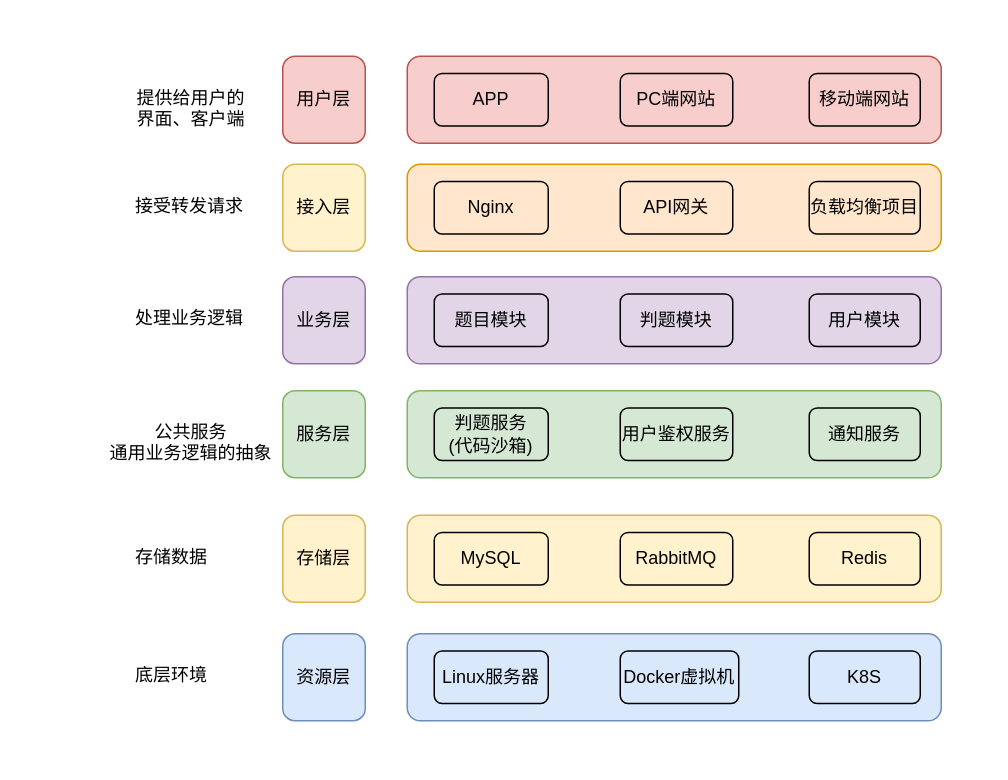
Earlier version of the draw.io diagram drawio/1.drawio (legend699/Image). Source tidied: cells renumbered, new cells numbered last; positions are measured from the earlier drawing's top-left corner, leaving out a move shared by most shapes. Both pictures are drawn from the tidied source at 150%, with x=0, y=0 at pixel (99, 56).
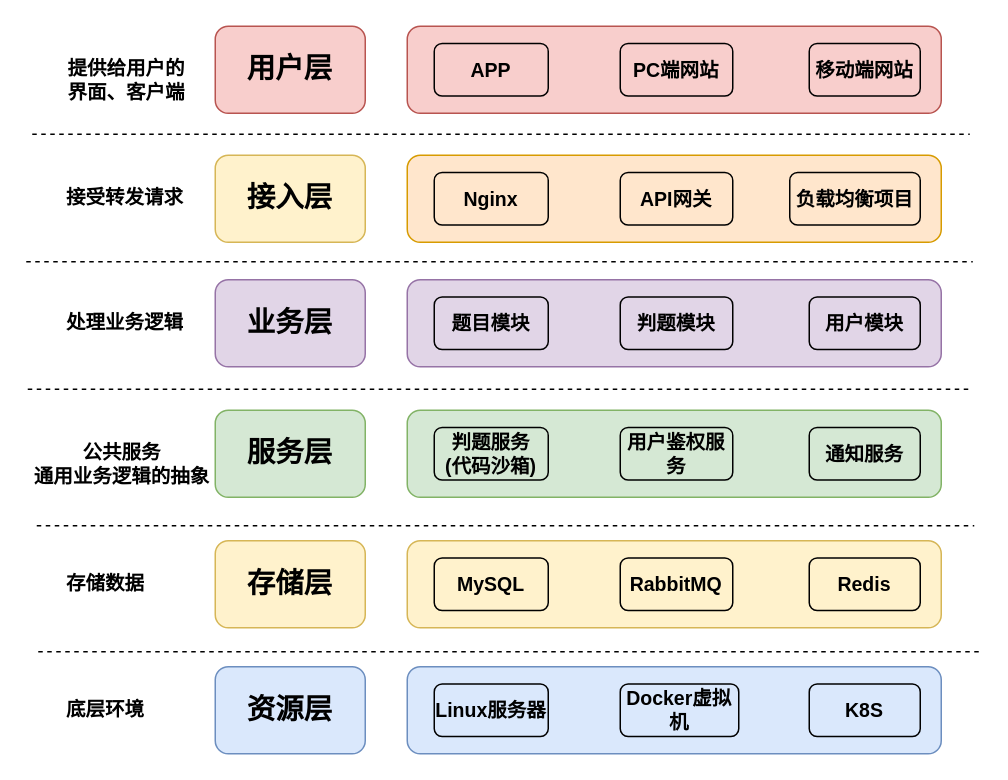
The same page after the edit.

What changed in the source:
```diff
@@
-    <mxCell id="2" value="用户层" style="rounded=1;whiteSpace=wrap;html=1;fillColor=#f8cecc;strokeColor=#b85450;" parent="1" vertex="1">
-      <mxGeometry x="122" width="55" height="58" as="geometry" />
+    <mxCell id="2" value="用户层" style="rounded=1;whiteSpace=wrap;html=1;fillColor=#f8cecc;strokeColor=#b85450;fontSize=19;fontStyle=1;" parent="1" vertex="1">
+      <mxGeometry x="77" y="-20" width="100" height="58" as="geometry" />
     </mxCell>
-    <mxCell id="3" style="rounded=1;whiteSpace=wrap;html=1;fillColor=#f8cecc;strokeColor=#b85450;" parent="1" vertex="1">
-      <mxGeometry x="205" width="356" height="58" as="geometry" />
+    <mxCell id="3" style="rounded=1;whiteSpace=wrap;html=1;fillColor=#f8cecc;strokeColor=#b85450;fontSize=13;fontStyle=1;" parent="1" vertex="1">
+      <mxGeometry x="205" y="-20" width="356" height="58" as="geometry" />
     </mxCell>
-    <mxCell id="4" value="APP" style="rounded=1;whiteSpace=wrap;html=1;fillColor=none;" parent="1" vertex="1">
-      <mxGeometry x="223" y="11.5" width="76" height="35" as="geometry" />
+    <mxCell id="4" value="APP" style="rounded=1;whiteSpace=wrap;html=1;fillColor=none;fontSize=13;fontStyle=1;" parent="1" vertex="1">
+      <mxGeometry x="223" y="-8.5" width="76" height="35" as="geometry" />
     </mxCell>
-    <mxCell id="5" value="PC端网站" style="rounded=1;whiteSpace=wrap;html=1;fillColor=none;" parent="1" vertex="1">
-      <mxGeometry x="347" y="11.5" width="75" height="35" as="geometry" />
+    <mxCell id="5" value="PC端网站" style="rounded=1;whiteSpace=wrap;html=1;fillColor=none;fontSize=13;fontStyle=1;" parent="1" vertex="1">
+      <mxGeometry x="347" y="-8.5" width="75" height="35" as="geometry" />
     </mxCell>
-    <mxCell id="6" value="移动端网站" style="rounded=1;whiteSpace=wrap;html=1;fillColor=none;" parent="1" vertex="1">
-      <mxGeometry x="473" y="11.5" width="74" height="35" as="geometry" />
+    <mxCell id="6" value="移动端网站" style="rounded=1;whiteSpace=wrap;html=1;fillColor=none;fontSize=13;fontStyle=1;" parent="1" vertex="1">
+      <mxGeometry x="473" y="-8.5" width="74" height="35" as="geometry" />
     </mxCell>
-    <mxCell id="7" value="提供给用户的&#10;界面、客户端&#10;" style="text;whiteSpace=wrap;" parent="1" vertex="1">
-      <mxGeometry x="23" y="14" width="100" height="36" as="geometry" />
+    <mxCell id="7" value="提供给用户的&#10;界面、客户端&#10;" style="text;whiteSpace=wrap;fontSize=13;fontStyle=1;" parent="1" vertex="1">
+      <mxGeometry x="-23" y="-6" width="100" height="36" as="geometry" />
     </mxCell>
-    <mxCell id="8" value="接入层" style="rounded=1;whiteSpace=wrap;html=1;fillColor=#fff2cc;strokeColor=#d6b656;" parent="1" vertex="1">
-      <mxGeometry x="122" y="72" width="55" height="58" as="geometry" />
+    <mxCell id="8" value="接入层" style="rounded=1;whiteSpace=wrap;html=1;fillColor=#fff2cc;strokeColor=#d6b656;fontSize=19;fontStyle=1;" parent="1" vertex="1">
+      <mxGeometry x="77" y="66" width="100" height="58" as="geometry" />
     </mxCell>
-    <mxCell id="9" style="rounded=1;whiteSpace=wrap;html=1;fillColor=#ffe6cc;strokeColor=#d79b00;" parent="1" vertex="1">
-      <mxGeometry x="205" y="72" width="356" height="58" as="geometry" />
+    <mxCell id="9" style="rounded=1;whiteSpace=wrap;html=1;fillColor=#ffe6cc;strokeColor=#d79b00;fontSize=13;fontStyle=1;" parent="1" vertex="1">
+      <mxGeometry x="205" y="66" width="356" height="58" as="geometry" />
     </mxCell>
-    <mxCell id="10" value="Nginx" style="rounded=1;whiteSpace=wrap;html=1;fillColor=none;" parent="1" vertex="1">
-      <mxGeometry x="223" y="83.5" width="76" height="35" as="geometry" />
+    <mxCell id="10" value="Nginx" style="rounded=1;whiteSpace=wrap;html=1;fillColor=none;fontSize=13;fontStyle=1;" parent="1" vertex="1">
+      <mxGeometry x="223" y="77.5" width="76" height="35" as="geometry" />
     </mxCell>
-    <mxCell id="11" value="API网关" style="rounded=1;whiteSpace=wrap;html=1;fillColor=none;" parent="1" vertex="1">
-      <mxGeometry x="347" y="83.5" width="75" height="35" as="geometry" />
+    <mxCell id="11" value="API网关" style="rounded=1;whiteSpace=wrap;html=1;fillColor=none;fontSize=13;fontStyle=1;" parent="1" vertex="1">
+      <mxGeometry x="347" y="77.5" width="75" height="35" as="geometry" />
     </mxCell>
-    <mxCell id="12" value="负载均衡项目" style="rounded=1;whiteSpace=wrap;html=1;fillColor=none;" parent="1" vertex="1">
-      <mxGeometry x="473" y="83.5" width="74" height="35" as="geometry" />
+    <mxCell id="12" value="负载均衡项目" style="rounded=1;whiteSpace=wrap;html=1;fillColor=none;fontSize=13;fontStyle=1;" parent="1" vertex="1">
+      <mxGeometry x="460" y="77.5" width="87" height="35" as="geometry" />
     </mxCell>
-    <mxCell id="13" value="接受转发请求" style="text;whiteSpace=wrap;" parent="1" vertex="1">
-      <mxGeometry x="22" y="86" width="100" height="36" as="geometry" />
+    <mxCell id="13" value="接受转发请求" style="text;whiteSpace=wrap;fontSize=13;fontStyle=1;" parent="1" vertex="1">
+      <mxGeometry x="-24" y="80" width="100" height="36" as="geometry" />
     </mxCell>
-    <mxCell id="14" value="业务层" style="rounded=1;whiteSpace=wrap;html=1;fillColor=#e1d5e7;strokeColor=#9673a6;" parent="1" vertex="1">
-      <mxGeometry x="122" y="147" width="55" height="58" as="geometry" />
+    <mxCell id="14" value="业务层" style="rounded=1;whiteSpace=wrap;html=1;fillColor=#e1d5e7;strokeColor=#9673a6;fontSize=19;fontStyle=1;" parent="1" vertex="1">
+      <mxGeometry x="77" y="149" width="100" height="58" as="geometry" />
     </mxCell>
-    <mxCell id="15" style="rounded=1;whiteSpace=wrap;html=1;fillColor=#e1d5e7;strokeColor=#9673a6;" parent="1" vertex="1">
-      <mxGeometry x="205" y="147" width="356" height="58" as="geometry" />
+    <mxCell id="15" style="rounded=1;whiteSpace=wrap;html=1;fillColor=#e1d5e7;strokeColor=#9673a6;fontSize=13;fontStyle=1;" parent="1" vertex="1">
+      <mxGeometry x="205" y="149" width="356" height="58" as="geometry" />
     </mxCell>
-    <mxCell id="16" value="题目模块" style="rounded=1;whiteSpace=wrap;html=1;fillColor=none;" parent="1" vertex="1">
-      <mxGeometry x="223" y="158.5" width="76" height="35" as="geometry" />
+    <mxCell id="16" value="题目模块" style="rounded=1;whiteSpace=wrap;html=1;fillColor=none;fontSize=13;fontStyle=1;" parent="1" vertex="1">
+      <mxGeometry x="223" y="160.5" width="76" height="35" as="geometry" />
     </mxCell>
-    <mxCell id="17" value="判题模块" style="rounded=1;whiteSpace=wrap;html=1;fillColor=none;" parent="1" vertex="1">
-      <mxGeometry x="347" y="158.5" width="75" height="35" as="geometry" />
+    <mxCell id="17" value="判题模块" style="rounded=1;whiteSpace=wrap;html=1;fillColor=none;fontSize=13;fontStyle=1;" parent="1" vertex="1">
+      <mxGeometry x="347" y="160.5" width="75" height="35" as="geometry" />
     </mxCell>
-    <mxCell id="18" value="用户模块" style="rounded=1;whiteSpace=wrap;html=1;fillColor=none;" parent="1" vertex="1">
-      <mxGeometry x="473" y="158.5" width="74" height="35" as="geometry" />
+    <mxCell id="18" value="用户模块" style="rounded=1;whiteSpace=wrap;html=1;fillColor=none;fontSize=13;fontStyle=1;" parent="1" vertex="1">
+      <mxGeometry x="473" y="160.5" width="74" height="35" as="geometry" />
     </mxCell>
-    <mxCell id="19" value="处理业务逻辑" style="text;whiteSpace=wrap;" parent="1" vertex="1">
-      <mxGeometry x="22" y="161" width="100" height="36" as="geometry" />
+    <mxCell id="19" value="处理业务逻辑" style="text;whiteSpace=wrap;fontSize=13;fontStyle=1;" parent="1" vertex="1">
+      <mxGeometry x="-24" y="163" width="100" height="36" as="geometry" />
     </mxCell>
-    <mxCell id="20" value="服务层" style="rounded=1;whiteSpace=wrap;html=1;fillColor=#d5e8d4;strokeColor=#82b366;" parent="1" vertex="1">
-      <mxGeometry x="122" y="223" width="55" height="58" as="geometry" />
+    <mxCell id="20" value="服务层" style="rounded=1;whiteSpace=wrap;html=1;fillColor=#d5e8d4;strokeColor=#82b366;fontSize=19;fontStyle=1;" parent="1" vertex="1">
+      <mxGeometry x="77" y="236" width="100" height="58" as="geometry" />
     </mxCell>
-    <mxCell id="21" style="rounded=1;whiteSpace=wrap;html=1;fillColor=#d5e8d4;strokeColor=#82b366;" parent="1" vertex="1">
-      <mxGeometry x="205" y="223" width="356" height="58" as="geometry" />
+    <mxCell id="21" style="rounded=1;whiteSpace=wrap;html=1;fillColor=#d5e8d4;strokeColor=#82b366;fontSize=13;fontStyle=1;" parent="1" vertex="1">
+      <mxGeometry x="205" y="236" width="356" height="58" as="geometry" />
     </mxCell>
-    <mxCell id="22" value="判题服务&lt;div&gt;(代码沙箱)&lt;br&gt;&lt;/div&gt;" style="rounded=1;whiteSpace=wrap;html=1;fillColor=none;" parent="1" vertex="1">
-      <mxGeometry x="223" y="234.5" width="76" height="35" as="geometry" />
+    <mxCell id="22" value="判题服务&lt;div style=&quot;font-size: 13px;&quot;&gt;(代码沙箱)&lt;br style=&quot;font-size: 13px;&quot;&gt;&lt;/div&gt;" style="rounded=1;whiteSpace=wrap;html=1;fillColor=none;fontSize=13;fontStyle=1;" parent="1" vertex="1">
+      <mxGeometry x="223" y="247.5" width="76" height="35" as="geometry" />
     </mxCell>
-    <mxCell id="23" value="用户鉴权服务" style="rounded=1;whiteSpace=wrap;html=1;fillColor=none;" parent="1" vertex="1">
-      <mxGeometry x="347" y="234.5" width="75" height="35" as="geometry" />
+    <mxCell id="23" value="用户鉴权服务" style="rounded=1;whiteSpace=wrap;html=1;fillColor=none;fontSize=13;fontStyle=1;" parent="1" vertex="1">
+      <mxGeometry x="347" y="247.5" width="75" height="35" as="geometry" />
     </mxCell>
-    <mxCell id="24" value="通知服务" style="rounded=1;whiteSpace=wrap;html=1;fillColor=none;" parent="1" vertex="1">
-      <mxGeometry x="473" y="234.5" width="74" height="35" as="geometry" />
+    <mxCell id="24" value="通知服务" style="rounded=1;whiteSpace=wrap;html=1;fillColor=none;fontSize=13;fontStyle=1;" parent="1" vertex="1">
+      <mxGeometry x="473" y="247.5" width="74" height="35" as="geometry" />
     </mxCell>
-    <mxCell id="25" value="公共服务&#10;通用业务逻辑的抽象&#10;" style="text;whiteSpace=wrap;align=center;" parent="1" vertex="1">
-      <mxGeometry y="237" width="122" height="36" as="geometry" />
+    <mxCell id="25" value="公共服务&#10;通用业务逻辑的抽象&#10;" style="text;whiteSpace=wrap;align=center;fontSize=13;fontStyle=1;" parent="1" vertex="1">
+      <mxGeometry x="-46" y="250" width="122" height="36" as="geometry" />
     </mxCell>
-    <mxCell id="26" value="存储层" style="rounded=1;whiteSpace=wrap;html=1;fillColor=#fff2cc;strokeColor=#d6b656;" parent="1" vertex="1">
-      <mxGeometry x="122" y="306" width="55" height="58" as="geometry" />
+    <mxCell id="26" value="存储层" style="rounded=1;whiteSpace=wrap;html=1;fillColor=#fff2cc;strokeColor=#d6b656;fontSize=19;fontStyle=1;" parent="1" vertex="1">
+      <mxGeometry x="77" y="323" width="100" height="58" as="geometry" />
     </mxCell>
-    <mxCell id="27" style="rounded=1;whiteSpace=wrap;html=1;fillColor=#fff2cc;strokeColor=#d6b656;" parent="1" vertex="1">
-      <mxGeometry x="205" y="306" width="356" height="58" as="geometry" />
+    <mxCell id="27" style="rounded=1;whiteSpace=wrap;html=1;fillColor=#fff2cc;strokeColor=#d6b656;fontSize=13;fontStyle=1;" parent="1" vertex="1">
+      <mxGeometry x="205" y="323" width="356" height="58" as="geometry" />
     </mxCell>
-    <mxCell id="28" value="MySQL" style="rounded=1;whiteSpace=wrap;html=1;fillColor=none;" parent="1" vertex="1">
-      <mxGeometry x="223" y="317.5" width="76" height="35" as="geometry" />
+    <mxCell id="28" value="MySQL" style="rounded=1;whiteSpace=wrap;html=1;fillColor=none;fontSize=13;fontStyle=1;" parent="1" vertex="1">
+      <mxGeometry x="223" y="334.5" width="76" height="35" as="geometry" />
     </mxCell>
-    <mxCell id="29" value="RabbitMQ" style="rounded=1;whiteSpace=wrap;html=1;fillColor=none;" parent="1" vertex="1">
-      <mxGeometry x="347" y="317.5" width="75" height="35" as="geometry" />
+    <mxCell id="29" value="RabbitMQ" style="rounded=1;whiteSpace=wrap;html=1;fillColor=none;fontSize=13;fontStyle=1;" parent="1" vertex="1">
+      <mxGeometry x="347" y="334.5" width="75" height="35" as="geometry" />
     </mxCell>
-    <mxCell id="30" value="Redis" style="rounded=1;whiteSpace=wrap;html=1;fillColor=none;" parent="1" vertex="1">
-      <mxGeometry x="473" y="317.5" width="74" height="35" as="geometry" />
+    <mxCell id="30" value="Redis" style="rounded=1;whiteSpace=wrap;html=1;fillColor=none;fontSize=13;fontStyle=1;" parent="1" vertex="1">
+      <mxGeometry x="473" y="334.5" width="74" height="35" as="geometry" />
     </mxCell>
-    <mxCell id="31" value="存储数据" style="text;whiteSpace=wrap;" parent="1" vertex="1">
-      <mxGeometry x="22" y="320" width="100" height="36" as="geometry" />
+    <mxCell id="31" value="存储数据" style="text;whiteSpace=wrap;fontSize=13;fontStyle=1;" parent="1" vertex="1">
+      <mxGeometry x="-24" y="337" width="100" height="36" as="geometry" />
     </mxCell>
-    <mxCell id="32" value="资源层" style="rounded=1;whiteSpace=wrap;html=1;fillColor=#dae8fc;strokeColor=#6c8ebf;" parent="1" vertex="1">
-      <mxGeometry x="122" y="385" width="55" height="58" as="geometry" />
+    <mxCell id="32" value="资源层" style="rounded=1;whiteSpace=wrap;html=1;fillColor=#dae8fc;strokeColor=#6c8ebf;fontSize=19;fontStyle=1;" parent="1" vertex="1">
+      <mxGeometry x="77" y="407" width="100" height="58" as="geometry" />
     </mxCell>
-    <mxCell id="33" style="rounded=1;whiteSpace=wrap;html=1;fillColor=#dae8fc;strokeColor=#6c8ebf;" parent="1" vertex="1">
-      <mxGeometry x="205" y="385" width="356" height="58" as="geometry" />
+    <mxCell id="33" style="rounded=1;whiteSpace=wrap;html=1;fillColor=#dae8fc;strokeColor=#6c8ebf;fontSize=13;fontStyle=1;" parent="1" vertex="1">
+      <mxGeometry x="205" y="407" width="356" height="58" as="geometry" />
     </mxCell>
-    <mxCell id="34" value="Linux服务器" style="rounded=1;whiteSpace=wrap;html=1;fillColor=none;" parent="1" vertex="1">
-      <mxGeometry x="223" y="396.5" width="76" height="35" as="geometry" />
+    <mxCell id="34" value="Linux服务器" style="rounded=1;whiteSpace=wrap;html=1;fillColor=none;fontSize=13;fontStyle=1;" parent="1" vertex="1">
+      <mxGeometry x="223" y="418.5" width="76" height="35" as="geometry" />
     </mxCell>
-    <mxCell id="35" value="Docker虚拟机" style="rounded=1;whiteSpace=wrap;html=1;fillColor=none;" parent="1" vertex="1">
-      <mxGeometry x="347" y="396.5" width="79" height="35" as="geometry" />
+    <mxCell id="35" value="Docker虚拟机" style="rounded=1;whiteSpace=wrap;html=1;fillColor=none;fontSize=13;fontStyle=1;" parent="1" vertex="1">
+      <mxGeometry x="347" y="418.5" width="79" height="35" as="geometry" />
     </mxCell>
-    <mxCell id="36" value="K8S" style="rounded=1;whiteSpace=wrap;html=1;fillColor=none;" parent="1" vertex="1">
-      <mxGeometry x="473" y="396.5" width="74" height="35" as="geometry" />
+    <mxCell id="36" value="K8S" style="rounded=1;whiteSpace=wrap;html=1;fillColor=none;fontSize=13;fontStyle=1;" parent="1" vertex="1">
+      <mxGeometry x="473" y="418.5" width="74" height="35" as="geometry" />
     </mxCell>
-    <mxCell id="37" value="底层环境" style="text;whiteSpace=wrap;" parent="1" vertex="1">
-      <mxGeometry x="22" y="399" width="100" height="36" as="geometry" />
+    <mxCell id="37" value="底层环境" style="text;whiteSpace=wrap;fontSize=13;fontStyle=1;" parent="1" vertex="1">
+      <mxGeometry x="-24" y="421" width="100" height="36" as="geometry" />
     </mxCell>
+    <mxCell id="38" style="endArrow=none;dashed=1;html=1;rounded=0;fontSize=12;fontStyle=1;" parent="1" edge="1">
+      <mxGeometry relative="1" as="geometry">
+        <mxPoint x="-45" y="52" as="sourcePoint" />
+        <mxPoint x="580" y="52" as="targetPoint" />
+      </mxGeometry>
+    </mxCell>
+    <mxCell id="39" style="endArrow=none;dashed=1;html=1;rounded=0;fontSize=12;fontStyle=1;" parent="1" edge="1">
+      <mxGeometry relative="1" as="geometry">
+        <mxPoint x="-49" y="137" as="sourcePoint" />
+        <mxPoint x="582" y="137" as="targetPoint" />
+      </mxGeometry>
+    </mxCell>
+    <mxCell id="40" style="endArrow=none;dashed=1;html=1;rounded=0;fontSize=12;fontStyle=1;" parent="1" edge="1">
+      <mxGeometry relative="1" as="geometry">
+        <mxPoint x="-48" y="222" as="sourcePoint" />
+        <mxPoint x="582" y="222" as="targetPoint" />
+      </mxGeometry>
+    </mxCell>
+    <mxCell id="41" style="endArrow=none;dashed=1;html=1;rounded=0;fontSize=12;fontStyle=1;" parent="1" edge="1">
+      <mxGeometry relative="1" as="geometry">
+        <mxPoint x="-42" y="313" as="sourcePoint" />
+        <mxPoint x="583" y="313" as="targetPoint" />
+      </mxGeometry>
+    </mxCell>
+    <mxCell id="42" style="endArrow=none;dashed=1;html=1;rounded=0;fontSize=12;fontStyle=1;" parent="1" edge="1">
+      <mxGeometry relative="1" as="geometry">
+        <mxPoint x="-41" y="397" as="sourcePoint" />
+        <mxPoint x="587" y="397" as="targetPoint" />
+      </mxGeometry>
+    </mxCell>
```
